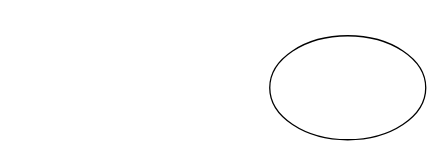
Before: Untitled Diagram.drawio in mookeng49/Flowchart, a draw.io diagram. Source tidied: cells renumbered, new cells numbered last; positions are measured from the earlier drawing's top-left corner, leaving out a move shared by most shapes. Both pictures are drawn from the tidied source at 130%, with x=0, y=0 at pixel (269, 35).
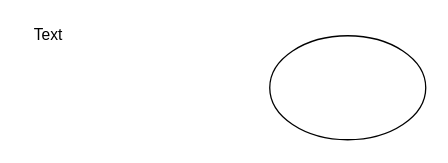
The same diagram, later.

The edit, as a diff of the source:
```diff
@@
 <mxGraphModel>
   <root>
     <mxCell id="0" />
     <mxCell id="1" parent="0" />
     <mxCell id="2" style="ellipse;whiteSpace=wrap;html=1;" parent="1" vertex="1">
       <mxGeometry width="120" height="80" as="geometry" />
     </mxCell>
+    <mxCell id="3" value="Text" style="text;html=1;strokeColor=none;fillColor=none;align=center;verticalAlign=middle;whiteSpace=wrap;rounded=0;" parent="1" vertex="1">
+      <mxGeometry x="-190" y="-10" width="40" height="20" as="geometry" />
+    </mxCell>
   </root>
 </mxGraphModel>
```
